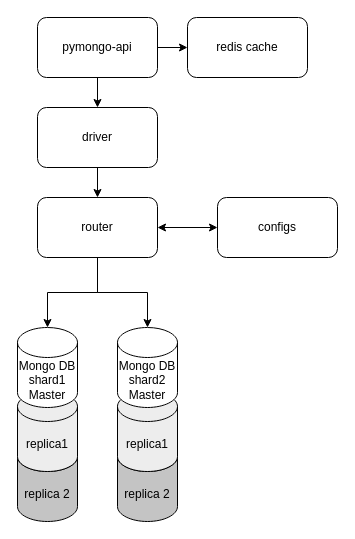
This is docs/diagrams/plan_step3.drawio from IgorPomelnikov/mobile-world-pet-proj, a draw.io file, before an edit. Source tidied: cells renumbered, new cells numbered last; positions are measured from the earlier drawing's top-left corner, leaving out a move shared by most shapes. Both pictures are drawn from the tidied source at 100%, with x=0, y=0 at pixel (17, 17).
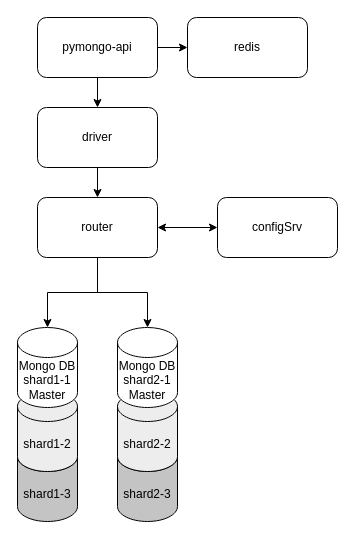
The same page after the edit.

What changed in the source:
```diff
@@
 <mxGraphModel>
   <root>
     <mxCell id="0" />
     <mxCell id="1" parent="0" />
-    <mxCell id="2" value="replica 2" style="shape=cylinder3;whiteSpace=wrap;html=1;boundedLbl=1;backgroundOutline=1;size=15;fillColor=light-dark(#c4c4c4, #ededed);fillStyle=solid;" parent="1" vertex="1">
+    <mxCell id="2" value="shard2-3" style="shape=cylinder3;whiteSpace=wrap;html=1;boundedLbl=1;backgroundOutline=1;size=15;fillColor=light-dark(#c4c4c4, #ededed);fillStyle=solid;" parent="1" vertex="1">
       <mxGeometry x="100" y="424" width="60" height="80" as="geometry" />
     </mxCell>
-    <mxCell id="3" value="replica1" style="shape=cylinder3;whiteSpace=wrap;html=1;boundedLbl=1;backgroundOutline=1;size=15;fillStyle=solid;fillColor=light-dark(#ededed, #ededed);" parent="1" vertex="1">
+    <mxCell id="3" value="shard2-2" style="shape=cylinder3;whiteSpace=wrap;html=1;boundedLbl=1;backgroundOutline=1;size=15;fillStyle=solid;fillColor=light-dark(#ededed, #ededed);" parent="1" vertex="1">
       <mxGeometry x="100" y="374" width="60" height="80" as="geometry" />
     </mxCell>
-    <mxCell id="4" value="replica 2" style="shape=cylinder3;whiteSpace=wrap;html=1;boundedLbl=1;backgroundOutline=1;size=15;fillColor=light-dark(#c4c4c4, #ededed);fillStyle=solid;" parent="1" vertex="1">
+    <mxCell id="4" value="shard1-3" style="shape=cylinder3;whiteSpace=wrap;html=1;boundedLbl=1;backgroundOutline=1;size=15;fillColor=light-dark(#c4c4c4, #ededed);fillStyle=solid;" parent="1" vertex="1">
       <mxGeometry y="424" width="60" height="80" as="geometry" />
     </mxCell>
-    <mxCell id="5" value="replica1" style="shape=cylinder3;whiteSpace=wrap;html=1;boundedLbl=1;backgroundOutline=1;size=15;fillStyle=solid;fillColor=light-dark(#ededed, #ededed);" parent="1" vertex="1">
+    <mxCell id="5" value="shard1-2" style="shape=cylinder3;whiteSpace=wrap;html=1;boundedLbl=1;backgroundOutline=1;size=15;fillStyle=solid;fillColor=light-dark(#ededed, #ededed);" parent="1" vertex="1">
       <mxGeometry y="374" width="60" height="80" as="geometry" />
     </mxCell>
-    <mxCell id="6" value="redis cache" style="rounded=1;whiteSpace=wrap;html=1;" parent="1" vertex="1">
+    <mxCell id="6" value="redis" style="rounded=1;whiteSpace=wrap;html=1;" parent="1" vertex="1">
       <mxGeometry x="170" width="120" height="60" as="geometry" />
     </mxCell>
     <mxCell id="7" style="edgeStyle=orthogonalEdgeStyle;rounded=0;jettySize=auto;html=1;" parent="1" edge="1" source="9" target="12">
       <mxGeometry relative="1" as="geometry" />
     </mxCell>
     <mxCell id="8" style="edgeStyle=orthogonalEdgeStyle;rounded=0;jettySize=auto;html=1;exitX=1;exitY=0.5;exitDx=0;exitDy=0;jumpStyle=arc;startArrow=classic;startFill=1;" parent="1" edge="1" source="9" target="11">
       <mxGeometry relative="1" as="geometry" />
     </mxCell>
     <mxCell id="9" value="router" style="rounded=1;whiteSpace=wrap;html=1;" parent="1" vertex="1">
       <mxGeometry x="20" y="180" width="120" height="60" as="geometry" />
     </mxCell>
     <mxCell id="10" style="edgeStyle=orthogonalEdgeStyle;rounded=0;orthogonalLoop=1;jettySize=auto;html=1;exitX=0.5;exitY=1;exitDx=0;exitDy=0;" parent="1" edge="1" source="9" target="9">
       <mxGeometry relative="1" as="geometry" />
     </mxCell>
-    <mxCell id="11" value="configs" style="rounded=1;whiteSpace=wrap;html=1;" parent="1" vertex="1">
+    <mxCell id="11" value="configSrv" style="rounded=1;whiteSpace=wrap;html=1;" parent="1" vertex="1">
       <mxGeometry x="200" y="180" width="120" height="60" as="geometry" />
     </mxCell>
-    <mxCell id="12" value="Mongo DB&lt;div&gt;shard1&lt;/div&gt;&lt;div&gt;Master&lt;/div&gt;" style="shape=cylinder3;whiteSpace=wrap;html=1;boundedLbl=1;backgroundOutline=1;size=15;" parent="1" vertex="1">
+    <mxCell id="12" value="Mongo DB&lt;div&gt;shard1-1&lt;/div&gt;&lt;div&gt;Master&lt;/div&gt;" style="shape=cylinder3;whiteSpace=wrap;html=1;boundedLbl=1;backgroundOutline=1;size=15;" parent="1" vertex="1">
       <mxGeometry y="310" width="60" height="80" as="geometry" />
     </mxCell>
     <mxCell id="13" style="edgeStyle=orthogonalEdgeStyle;rounded=0;jettySize=auto;html=1;exitX=0.5;exitY=1;exitDx=0;exitDy=0;entryX=0.5;entryY=0;entryDx=0;entryDy=0;entryPerimeter=0;" parent="1" edge="1" source="9" target="14">
       <mxGeometry relative="1" as="geometry" />
     </mxCell>
-    <mxCell id="14" value="Mongo DB&lt;div&gt;shard2&lt;/div&gt;&lt;div&gt;Master&lt;/div&gt;" style="shape=cylinder3;whiteSpace=wrap;html=1;boundedLbl=1;backgroundOutline=1;size=15;" parent="1" vertex="1">
+    <mxCell id="14" value="Mongo DB&lt;div&gt;shard2-1&lt;/div&gt;&lt;div&gt;Master&lt;/div&gt;" style="shape=cylinder3;whiteSpace=wrap;html=1;boundedLbl=1;backgroundOutline=1;size=15;" parent="1" vertex="1">
       <mxGeometry x="100" y="310" width="60" height="80" as="geometry" />
     </mxCell>
     <mxCell id="15" style="edgeStyle=orthogonalEdgeStyle;rounded=0;jettySize=auto;html=1;" parent="1" edge="1" source="17" target="6">
       <mxGeometry relative="1" as="geometry" />
     </mxCell>
     <mxCell id="16" style="edgeStyle=orthogonalEdgeStyle;rounded=0;jettySize=auto;html=1;entryX=0.5;entryY=0;entryDx=0;entryDy=0;" parent="1" edge="1" source="19" target="9">
       <mxGeometry relative="1" as="geometry" />
     </mxCell>
     <mxCell id="17" value="pymongo-api" style="rounded=1;whiteSpace=wrap;html=1;" parent="1" vertex="1">
       <mxGeometry x="20" width="120" height="60" as="geometry" />
     </mxCell>
     <mxCell id="18" style="edgeStyle=orthogonalEdgeStyle;rounded=0;jettySize=auto;html=1;entryX=0.5;entryY=0;entryDx=0;entryDy=0;" parent="1" edge="1" source="17" target="19">
       <mxGeometry relative="1" as="geometry" />
     </mxCell>
     <mxCell id="19" value="driver" style="rounded=1;whiteSpace=wrap;html=1;" parent="1" vertex="1">
       <mxGeometry x="20" y="90" width="120" height="60" as="geometry" />
     </mxCell>
   </root>
 </mxGraphModel>
```
